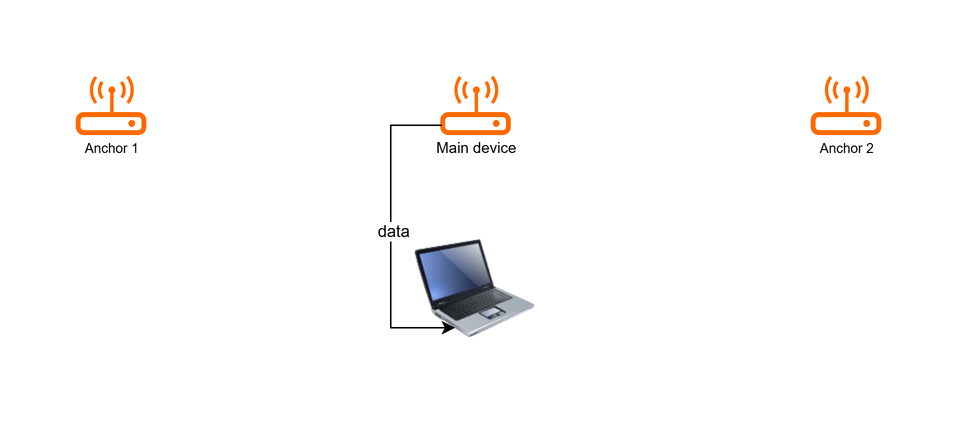
Earlier version of the draw.io export Lab6/presentation/data from main device.png (nemnogobread/graduation-project). Source tidied: cells renumbered, new cells last; positions are measured from the earlier drawing's top-left corner, leaving out a move shared by most shapes. The source it was exported from:
```xml
<mxGraphModel math="1">
  <root>
    <mxCell id="0" />
    <mxCell id="1" parent="0" />
    <mxCell id="2" style="html=1;align=center;shadow=0;dashed=0;fillColor=#FF6A00;strokeColor=none;shape=mxgraph.alibaba_cloud.agw_aligateway;" parent="1" vertex="1">
      <mxGeometry x="243" width="47.1" height="39.6" as="geometry" />
    </mxCell>
    <mxCell id="3" style="html=1;align=center;shadow=0;dashed=0;fillColor=#FF6A00;strokeColor=none;shape=mxgraph.alibaba_cloud.agw_aligateway;" parent="1" vertex="1">
      <mxGeometry width="47.1" height="39.6" as="geometry" />
    </mxCell>
    <mxCell id="4" style="html=1;align=center;shadow=0;dashed=0;fillColor=#FF6A00;strokeColor=none;shape=mxgraph.alibaba_cloud.agw_aligateway;" parent="1" vertex="1">
      <mxGeometry x="490" width="47.1" height="39.6" as="geometry" />
    </mxCell>
    <mxCell id="5" value="&lt;font style=&quot;font-size: 10px;&quot;&gt;Main device&lt;/font&gt;" style="edgeLabel;html=1;align=center;verticalAlign=middle;" parent="1" vertex="1">
      <mxGeometry x="266.6" y="47" as="geometry" />
    </mxCell>
    <mxCell id="6" value="&lt;font style=&quot;font-size: 9px;&quot;&gt;Anchor 2&lt;/font&gt;" style="edgeLabel;html=1;align=center;verticalAlign=middle;" parent="1" vertex="1">
      <mxGeometry x="513.6" y="47" as="geometry" />
    </mxCell>
    <object id="7" label="" placeholders="1">
      <mxCell style="image;html=1;image=img/lib/clip_art/computers/Laptop_128x128.png;fontFamily=Helvetica;fontSize=12;fontColor=#0A3DA3;align=center;strokeWidth=2;fillColor=#EDF5FF;fontStyle=1;verticalAlign=bottom;strokeColor=none;labelBackgroundColor=#EDF5FF;labelBorderColor=none;labelPosition=center;verticalLabelPosition=top;" parent="1" vertex="1">
        <mxGeometry x="226.5" y="102" width="80" height="80" as="geometry" />
      </mxCell>
    </object>
    <mxCell id="8" value="&lt;font style=&quot;font-size: 9px;&quot;&gt;Anchor 1&lt;/font&gt;" style="edgeLabel;html=1;align=center;verticalAlign=middle;" parent="1" vertex="1">
      <mxGeometry x="23.5" y="47" as="geometry" />
    </mxCell>
    <mxCell id="9" style="endArrow=classic;html=1;rounded=0;" parent="1" edge="1">
      <mxGeometry relative="1" as="geometry">
        <mxPoint x="244" y="33" as="sourcePoint" />
        <mxPoint x="253" y="168" as="targetPoint" />
        <Array as="points">
          <mxPoint x="210" y="33" />
          <mxPoint x="210" y="168" />
        </Array>
      </mxGeometry>
    </mxCell>
    <mxCell id="10" value="data" style="edgeLabel;html=1;align=center;verticalAlign=middle;" parent="9" vertex="1">
      <mxGeometry x="-0.02" y="1" relative="1" as="geometry" />
    </mxCell>
  </root>
</mxGraphModel>
```
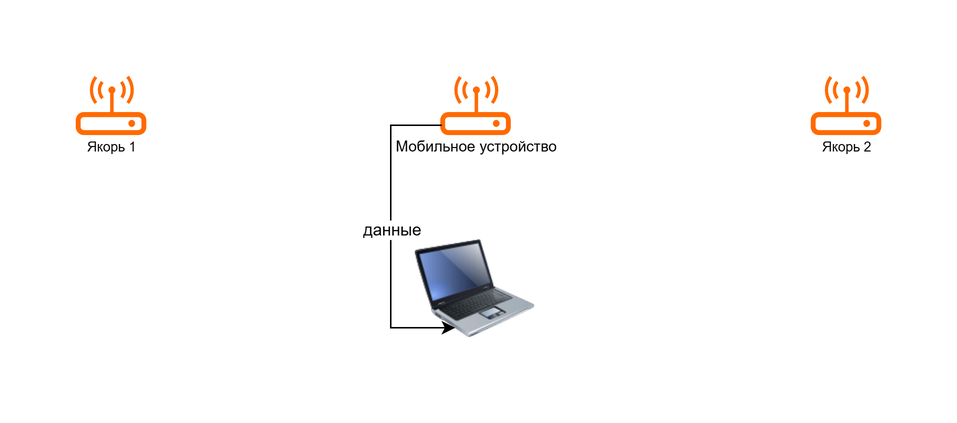
After the commit.

What changed in the source:
```diff
@@ -11,10 +11,10 @@
     <mxCell id="4" style="html=1;align=center;shadow=0;dashed=0;fillColor=#FF6A00;strokeColor=none;shape=mxgraph.alibaba_cloud.agw_aligateway;" parent="1" vertex="1">
       <mxGeometry x="490" width="47.1" height="39.6" as="geometry" />
     </mxCell>
-    <mxCell id="5" value="&lt;font style=&quot;font-size: 10px;&quot;&gt;Main device&lt;/font&gt;" style="edgeLabel;html=1;align=center;verticalAlign=middle;" parent="1" vertex="1">
+    <mxCell id="5" value="&lt;span style=&quot;font-size: 10px;&quot;&gt;Мобильное устройство&lt;/span&gt;" style="edgeLabel;html=1;align=center;verticalAlign=middle;" parent="1" vertex="1">
       <mxGeometry x="266.6" y="47" as="geometry" />
     </mxCell>
-    <mxCell id="6" value="&lt;font style=&quot;font-size: 9px;&quot;&gt;Anchor 2&lt;/font&gt;" style="edgeLabel;html=1;align=center;verticalAlign=middle;" parent="1" vertex="1">
+    <mxCell id="6" value="&lt;font style=&quot;font-size: 9px;&quot;&gt;Якорь 2&lt;/font&gt;" style="edgeLabel;html=1;align=center;verticalAlign=middle;" parent="1" vertex="1">
       <mxGeometry x="513.6" y="47" as="geometry" />
     </mxCell>
     <object id="7" label="" placeholders="1">
@@ -22,7 +22,7 @@
         <mxGeometry x="226.5" y="102" width="80" height="80" as="geometry" />
       </mxCell>
     </object>
-    <mxCell id="8" value="&lt;font style=&quot;font-size: 9px;&quot;&gt;Anchor 1&lt;/font&gt;" style="edgeLabel;html=1;align=center;verticalAlign=middle;" parent="1" vertex="1">
+    <mxCell id="8" value="&lt;font style=&quot;font-size: 9px;&quot;&gt;Якорь 1&lt;/font&gt;" style="edgeLabel;html=1;align=center;verticalAlign=middle;" parent="1" vertex="1">
       <mxGeometry x="23.5" y="47" as="geometry" />
     </mxCell>
     <mxCell id="9" style="endArrow=classic;html=1;rounded=0;" parent="1" edge="1">
@@ -35,7 +35,7 @@
         </Array>
       </mxGeometry>
     </mxCell>
-    <mxCell id="10" value="data" style="edgeLabel;html=1;align=center;verticalAlign=middle;" parent="9" vertex="1">
+    <mxCell id="10" value="данные" style="edgeLabel;html=1;align=center;verticalAlign=middle;" parent="9" vertex="1">
       <mxGeometry x="-0.02" y="1" relative="1" as="geometry" />
     </mxCell>
   </root>
```
